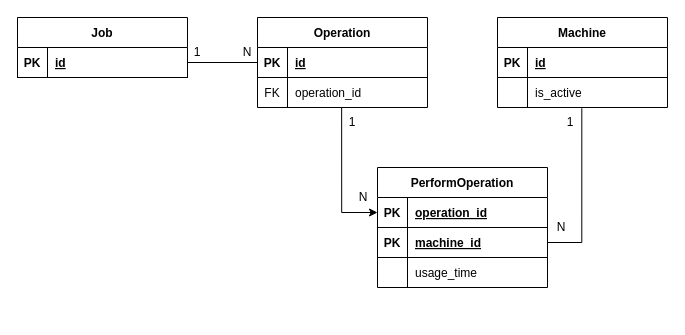
The draw.io diagram docs/er-model.drawio in luispereira1999/fjsp, before the edit. Source tidied: cells renumbered, new cells numbered last; positions are measured from the earlier drawing's top-left corner, leaving out a move shared by most shapes. Both pictures are drawn from the tidied source at 100%, with x=0, y=0 at pixel (17, 17).
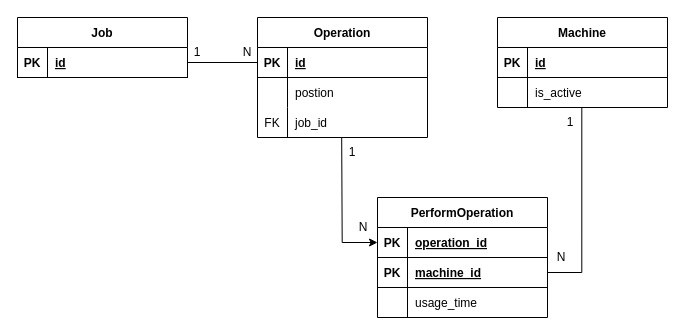
The same diagram, later.

Unchanged cells that the change refers to:
```xml
<mxCell id="13" style="shape=tableRow;horizontal=0;startSize=0;swimlaneHead=0;swimlaneBody=0;fillColor=none;points=[[0,0.5],[1,0.5]];portConstraint=eastwest;top=0;left=0;right=0;bottom=0;" parent="9" vertex="1">
  <mxGeometry y="60" width="170" height="30" as="geometry" />
</mxCell>
<mxCell id="20" style="shape=tableRow;horizontal=0;startSize=0;swimlaneHead=0;swimlaneBody=0;fillColor=none;points=[[0,0.5],[1,0.5]];portConstraint=eastwest;top=0;left=0;right=0;bottom=0;" parent="16" vertex="1">
  <mxGeometry y="60" width="170" height="30" as="geometry" />
</mxCell>
<mxCell id="24" style="shape=tableRow;horizontal=0;startSize=0;swimlaneHead=0;swimlaneBody=0;fillColor=none;points=[[0,0.5],[1,0.5]];portConstraint=eastwest;top=0;left=0;right=0;bottom=1;" parent="23" vertex="1">
  <mxGeometry y="30" width="170" height="30" as="geometry" />
</mxCell>
<mxCell id="27" style="shape=tableRow;horizontal=0;startSize=0;swimlaneHead=0;swimlaneBody=0;fillColor=none;points=[[0,0.5],[1,0.5]];portConstraint=eastwest;top=0;left=0;right=0;bottom=1;" parent="23" vertex="1">
  <mxGeometry y="60" width="170" height="30" as="geometry" />
</mxCell>
```

Diff of the diagram source:
```diff
@@
-    <mxCell id="7" style="edgeStyle=orthogonalEdgeStyle;rounded=0;jettySize=auto;html=1;entryX=0.496;entryY=1.024;entryDx=0;entryDy=0;exitX=1;exitY=0.5;exitDx=0;exitDy=0;startArrow=none;startFill=0;endArrow=none;endFill=0;entryPerimeter=0;" parent="1" edge="1" source="27" target="20">
+    <mxCell id="7" style="edgeStyle=orthogonalEdgeStyle;rounded=0;jettySize=auto;html=1;entryX=0.496;entryY=1;entryDx=0;entryDy=0;exitX=1;exitY=0.5;exitDx=0;exitDy=0;startArrow=none;startFill=0;endArrow=none;endFill=0;entryPerimeter=0;" parent="1" edge="1" source="27" target="20">
       <mxGeometry relative="1" as="geometry" />
     </mxCell>
-    <mxCell id="8" style="edgeStyle=orthogonalEdgeStyle;rounded=0;jettySize=auto;html=1;startArrow=none;startFill=0;endArrow=classic;endFill=1;entryX=0;entryY=0.5;entryDx=0;entryDy=0;exitX=0.495;exitY=1.007;exitDx=0;exitDy=0;exitPerimeter=0;" parent="1" edge="1" source="13" target="24">
-      <mxGeometry relative="1" as="geometry" />
+    <mxCell id="8" style="edgeStyle=orthogonalEdgeStyle;rounded=0;jettySize=auto;html=1;startArrow=none;startFill=0;endArrow=classic;endFill=1;entryX=0;entryY=0.5;entryDx=0;entryDy=0;exitX=0.495;exitY=1.007;exitDx=0;exitDy=0;exitPerimeter=0;" parent="1" edge="1" target="24">
+      <mxGeometry relative="1" as="geometry">
+        <mxPoint x="324.2" y="120.2" as="sourcePoint" />
+      </mxGeometry>
     </mxCell>
     <mxCell id="9" value="Operation" style="shape=table;startSize=30;childLayout=tableLayout;rowLines=0;fontStyle=1;align=center;" parent="1" vertex="1">
-      <mxGeometry x="240" width="170" height="90" as="geometry" />
+      <mxGeometry x="240" width="170" height="120" as="geometry" />
     </mxCell>
@@
+    <mxCell id="39" style="shape=partialRectangle;fillColor=none;top=0;left=0;bottom=0;right=0;overflow=hidden;" parent="13" vertex="1">
+      <mxGeometry width="30" height="30" as="geometry" />
+    </mxCell>
+    <mxCell id="40" value="postion" style="shape=partialRectangle;fillColor=none;top=0;left=0;bottom=0;right=0;align=left;spacingLeft=6;overflow=hidden;" parent="13" vertex="1">
+      <mxGeometry x="30" width="140" height="30" as="geometry" />
+    </mxCell>
+    <mxCell id="41" style="shape=tableRow;horizontal=0;startSize=0;swimlaneHead=0;swimlaneBody=0;fillColor=none;top=0;left=0;right=0;bottom=0;" parent="9" vertex="1">
+      <mxGeometry y="90" width="170" height="30" as="geometry" />
+    </mxCell>
-    <mxCell id="14" value="FK" style="shape=partialRectangle;fillColor=none;top=0;left=0;bottom=0;right=0;fontStyle=0;overflow=hidden;" parent="13" vertex="1">
+    <mxCell id="14" value="FK" style="shape=partialRectangle;fillColor=none;top=0;left=0;bottom=0;right=0;fontStyle=0;overflow=hidden;" parent="41" vertex="1">
       <mxGeometry width="30" height="30" as="geometry" />
     </mxCell>
-    <mxCell id="15" value="operation_id" style="shape=partialRectangle;fillColor=none;top=0;left=0;bottom=0;right=0;align=left;spacingLeft=6;fontStyle=0;overflow=hidden;" parent="13" vertex="1">
-      <mxGeometry x="30" width="140" height="30" as="geometry" />
-    </mxCell>
+    <mxCell id="42" value="job_id" style="shape=partialRectangle;fillColor=none;top=0;left=0;bottom=0;right=0;align=left;spacingLeft=6;fontStyle=0;overflow=hidden;" parent="41" vertex="1">
+      <mxGeometry x="30" width="140" height="30" as="geometry" />
+    </mxCell>
@@
     <mxCell id="23" value="PerformOperation" style="shape=table;startSize=30;childLayout=tableLayout;rowLines=0;fontStyle=1;align=center;" parent="1" vertex="1">
-      <mxGeometry x="360" y="150" width="170" height="120" as="geometry" />
+      <mxGeometry x="360" y="180" width="170" height="120" as="geometry" />
     </mxCell>
@@
     <mxCell id="33" value="1" style="text;html=1;strokeColor=none;fillColor=none;align=center;verticalAlign=middle;whiteSpace=wrap;rounded=0;" parent="1" vertex="1">
-      <mxGeometry x="325" y="90" width="20" height="30" as="geometry" />
+      <mxGeometry x="325" y="120" width="20" height="30" as="geometry" />
     </mxCell>
     <mxCell id="34" value="N" style="text;html=1;strokeColor=none;fillColor=none;align=center;verticalAlign=middle;whiteSpace=wrap;rounded=0;" parent="1" vertex="1">
-      <mxGeometry x="336" y="165" width="20" height="30" as="geometry" />
+      <mxGeometry x="336" y="195" width="20" height="30" as="geometry" />
     </mxCell>
@@
     <mxCell id="37" value="N" style="text;html=1;strokeColor=none;fillColor=none;align=center;verticalAlign=middle;whiteSpace=wrap;rounded=0;" parent="1" vertex="1">
-      <mxGeometry x="534" y="195" width="20" height="30" as="geometry" />
+      <mxGeometry x="534" y="225" width="20" height="30" as="geometry" />
     </mxCell>
```
